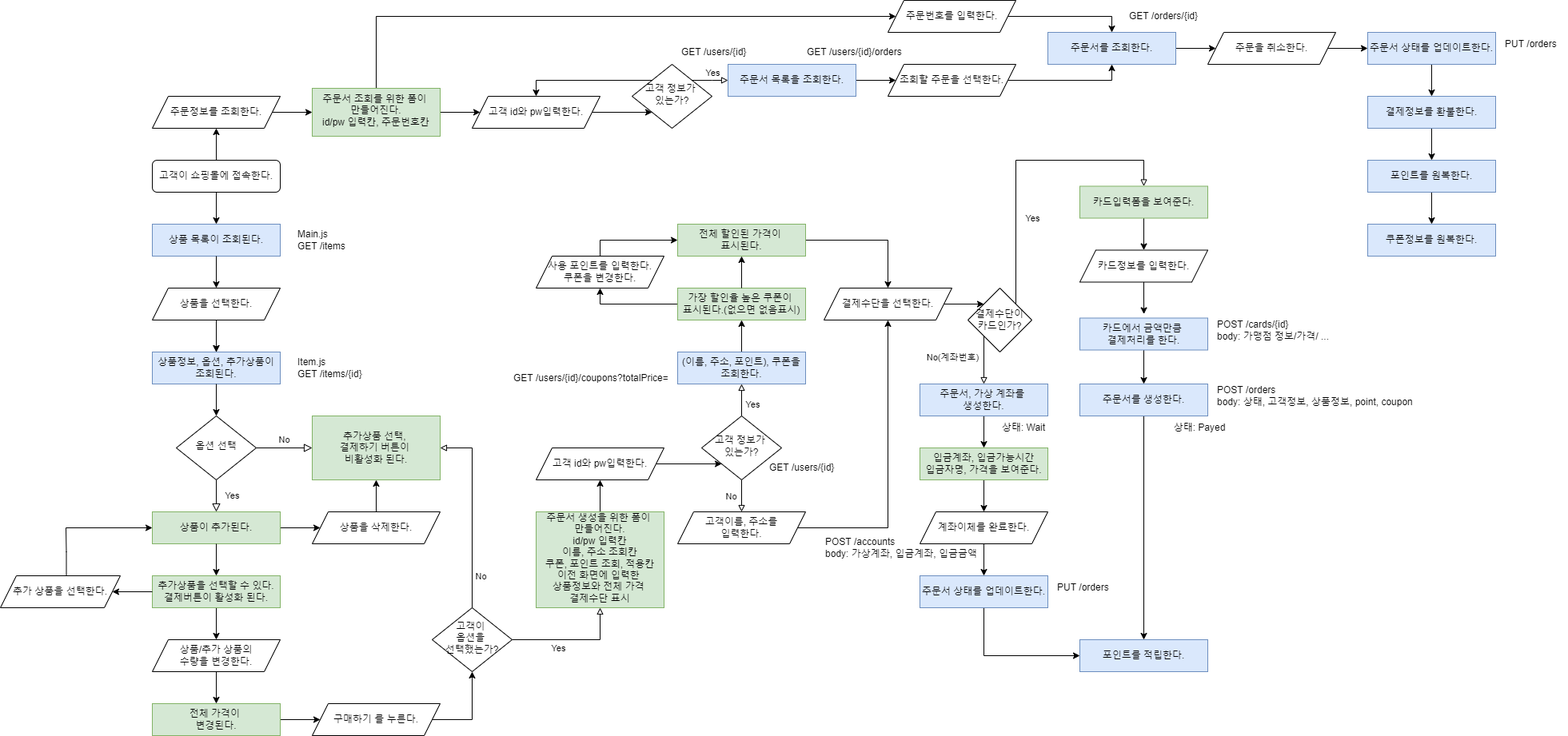
lianachoi/DaouShopping keeps this draw.io diagram as DaouShop FlowChart.drawio.png. Above is the earlier version. Source tidied: cells renumbered, new cells last; positions are measured from the earlier drawing's top-left corner, leaving out a move shared by most shapes.
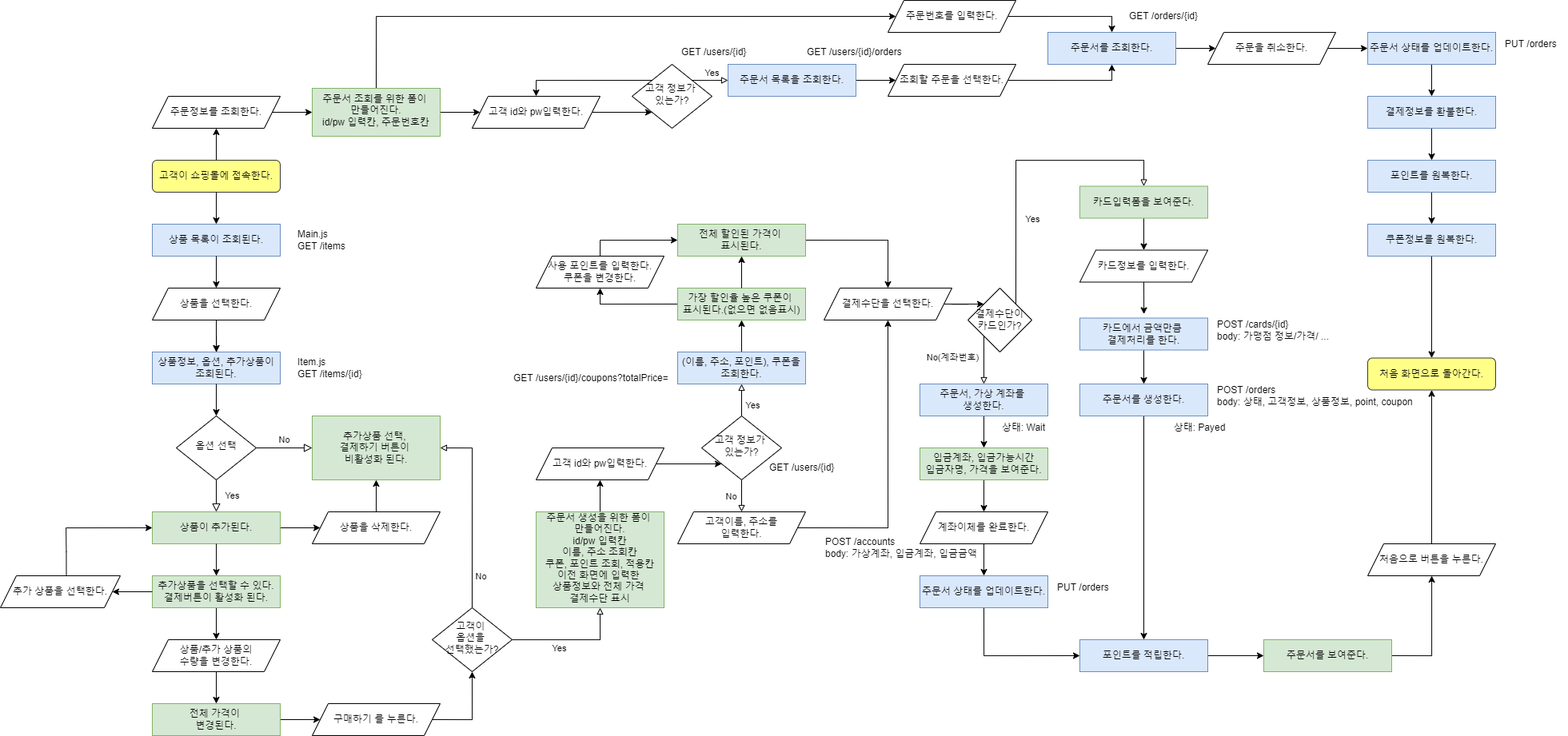
After the change.

Diff of the diagram source:
```diff
@@ -5,7 +5,7 @@
     <mxCell id="2" style="edgeStyle=orthogonalEdgeStyle;rounded=0;jettySize=auto;html=1;exitX=0.5;exitY=0;exitDx=0;exitDy=0;endArrow=classic;endFill=1;" parent="1" edge="1" source="3" target="93">
       <mxGeometry relative="1" as="geometry" />
     </mxCell>
-    <mxCell id="3" value="고객이 쇼핑몰에 접속한다." style="rounded=1;whiteSpace=wrap;html=1;fontSize=12;glass=0;strokeWidth=1;shadow=0;" parent="1" vertex="1">
+    <mxCell id="3" value="고객이 쇼핑몰에 접속한다." style="rounded=1;whiteSpace=wrap;html=1;fontSize=12;glass=0;strokeWidth=1;shadow=0;fillColor=#ffff88;strokeColor=#36393d;" parent="1" vertex="1">
       <mxGeometry x="190" y="200" width="160" height="40" as="geometry" />
     </mxCell>
     <mxCell id="4" value="Yes" style="rounded=0;html=1;jettySize=auto;fontSize=11;endArrow=block;endFill=0;endSize=8;strokeWidth=1;shadow=0;labelBackgroundColor=none;edgeStyle=orthogonalEdgeStyle;entryX=0.5;entryY=0;entryDx=0;entryDy=0;" parent="1" edge="1" source="6" target="18">
@@ -318,6 +318,9 @@
     <mxCell id="89" value="주문서 상태를 업데이트한다." style="rounded=0;whiteSpace=wrap;html=1;fillColor=#dae8fc;strokeColor=#6c8ebf;glass=0;strokeWidth=1;shadow=0;" parent="1" vertex="1">
       <mxGeometry x="1150" y="720" width="160" height="40" as="geometry" />
     </mxCell>
+    <mxCell id="124" style="edgeStyle=orthogonalEdgeStyle;rounded=0;jettySize=auto;html=1;exitX=1;exitY=0.5;exitDx=0;exitDy=0;entryX=0;entryY=0.5;entryDx=0;entryDy=0;" parent="1" edge="1" source="90" target="128">
+      <mxGeometry relative="1" as="geometry" />
+    </mxCell>
     <mxCell id="90" value="포인트를 적립한다." style="rounded=0;whiteSpace=wrap;html=1;fillColor=#dae8fc;strokeColor=#6c8ebf;glass=0;strokeWidth=1;shadow=0;" parent="1" vertex="1">
       <mxGeometry x="1350" y="800" width="160" height="40" as="geometry" />
     </mxCell>
@@ -422,6 +425,9 @@
     <mxCell id="120" value="포인트를 원복한다." style="rounded=0;whiteSpace=wrap;html=1;fillColor=#dae8fc;strokeColor=#6c8ebf;glass=0;strokeWidth=1;shadow=0;" parent="1" vertex="1">
       <mxGeometry x="1710" y="200" width="160" height="40" as="geometry" />
     </mxCell>
+    <mxCell id="125" style="edgeStyle=orthogonalEdgeStyle;rounded=0;jettySize=auto;html=1;exitX=0.5;exitY=1;exitDx=0;exitDy=0;entryX=0.5;entryY=0;entryDx=0;entryDy=0;" parent="1" edge="1" source="121" target="126">
+      <mxGeometry relative="1" as="geometry" />
+    </mxCell>
     <mxCell id="121" value="쿠폰정보를 원복한다." style="rounded=0;whiteSpace=wrap;html=1;fillColor=#dae8fc;strokeColor=#6c8ebf;glass=0;strokeWidth=1;shadow=0;" parent="1" vertex="1">
       <mxGeometry x="1710" y="280" width="160" height="40" as="geometry" />
     </mxCell>
@@ -431,5 +437,20 @@
     <mxCell id="123" value="결제정보를 환불한다." style="rounded=0;whiteSpace=wrap;html=1;fillColor=#dae8fc;strokeColor=#6c8ebf;glass=0;strokeWidth=1;shadow=0;" parent="1" vertex="1">
       <mxGeometry x="1710" y="120" width="160" height="40" as="geometry" />
     </mxCell>
+    <mxCell id="126" value="처음 화면으로 돌아간다." style="rounded=1;whiteSpace=wrap;html=1;fontSize=12;glass=0;strokeWidth=1;shadow=0;fillColor=#ffff88;strokeColor=#36393d;" parent="1" vertex="1">
+      <mxGeometry x="1710" y="447.5" width="160" height="40" as="geometry" />
+    </mxCell>
+    <mxCell id="127" style="edgeStyle=orthogonalEdgeStyle;rounded=0;jettySize=auto;html=1;exitX=1;exitY=0.5;exitDx=0;exitDy=0;" parent="1" edge="1" source="128" target="130">
+      <mxGeometry relative="1" as="geometry" />
+    </mxCell>
+    <mxCell id="128" value="주문서를 보여준다." style="rounded=0;whiteSpace=wrap;html=1;fillColor=#d5e8d4;strokeColor=#82b366;glass=0;strokeWidth=1;shadow=0;" parent="1" vertex="1">
+      <mxGeometry x="1580" y="800" width="160" height="40" as="geometry" />
+    </mxCell>
+    <mxCell id="129" style="edgeStyle=orthogonalEdgeStyle;rounded=0;jettySize=auto;html=1;exitX=0.5;exitY=0;exitDx=0;exitDy=0;entryX=0.5;entryY=1;entryDx=0;entryDy=0;" parent="1" edge="1" source="130" target="126">
+      <mxGeometry relative="1" as="geometry" />
+    </mxCell>
+    <mxCell id="130" value="처음으로 버튼을 누른다." style="shape=parallelogram;perimeter=parallelogramPerimeter;whiteSpace=wrap;html=1;fixedSize=1;" parent="1" vertex="1">
+      <mxGeometry x="1710" y="680" width="160" height="40" as="geometry" />
+    </mxCell>
   </root>
 </mxGraphModel>
```
